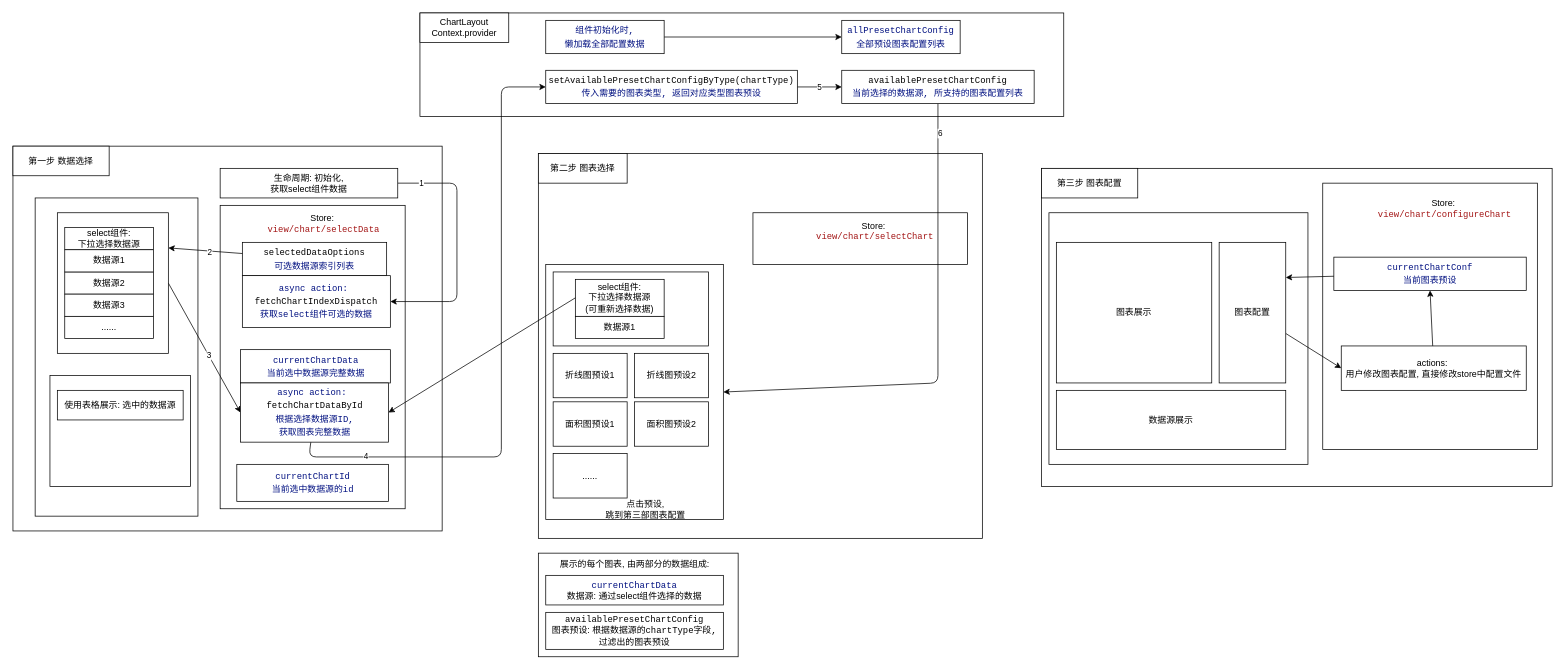
Before: doc/图表配置模块逻辑.drawio in tsja2001/react-dashboard, a draw.io diagram. Source tidied: cells renumbered, new cells numbered last; positions are measured from the earlier drawing's top-left corner, leaving out a move shared by most shapes. Both pictures are drawn from the tidied source at 74%, with x=0, y=0 at pixel (13, 13).
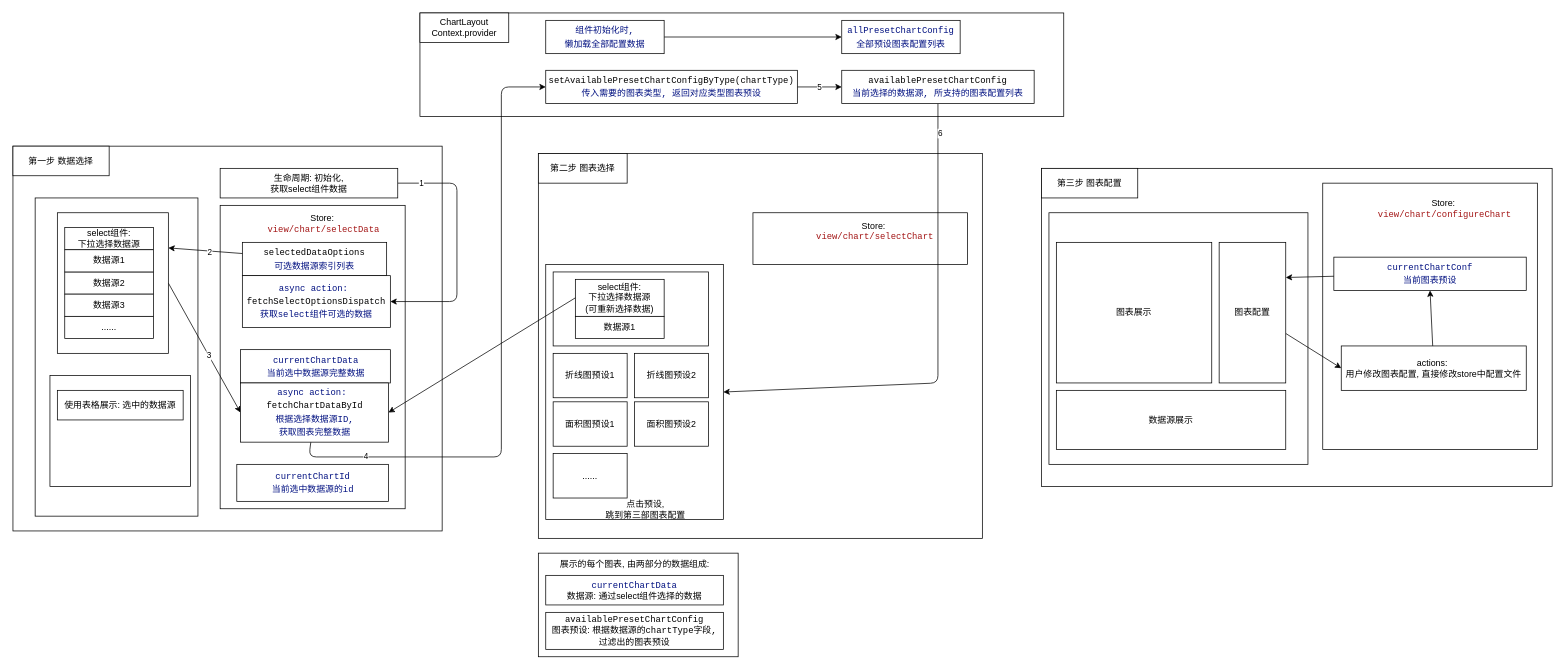
Above is the later version.

Commit message (it also covers changes not shown here):
feat: 完成图表配置的数据选择-图表选择全部逻辑

The edit, as a diff of the source:
```diff
@@
-    <mxCell id="55" value="&lt;div style=&quot;background-color: rgb(255, 255, 255); font-family: &amp;quot;Input Mono&amp;quot;, &amp;quot;Fira Code&amp;quot;, monospace, Menlo, Monaco, &amp;quot;Courier New&amp;quot;, monospace; line-height: 18px;&quot;&gt;&lt;div style=&quot;line-height: 18px;&quot;&gt;&lt;div style=&quot;line-height: 18px;&quot;&gt;&lt;font color=&quot;#001080&quot;&gt;async action:&amp;nbsp;&lt;/font&gt;&lt;/div&gt;&lt;div style=&quot;line-height: 18px;&quot;&gt;&lt;span style=&quot;&quot;&gt;fetchChartIndexDispatch&lt;/span&gt;&lt;/div&gt;&lt;/div&gt;&lt;/div&gt;&lt;div style=&quot;background-color: rgb(255, 255, 255); font-family: &amp;quot;Input Mono&amp;quot;, &amp;quot;Fira Code&amp;quot;, monospace, Menlo, Monaco, &amp;quot;Courier New&amp;quot;, monospace; line-height: 18px;&quot;&gt;&lt;font color=&quot;#001080&quot;&gt;获取select组件可选的数据&lt;/font&gt;&lt;/div&gt;" style="rounded=0;whiteSpace=wrap;html=1;" parent="1" vertex="1">
+    <mxCell id="55" value="&lt;div style=&quot;background-color: rgb(255, 255, 255); font-family: &amp;quot;Input Mono&amp;quot;, &amp;quot;Fira Code&amp;quot;, monospace, Menlo, Monaco, &amp;quot;Courier New&amp;quot;, monospace; line-height: 18px;&quot;&gt;&lt;div style=&quot;line-height: 18px;&quot;&gt;&lt;div style=&quot;line-height: 18px;&quot;&gt;&lt;font color=&quot;#001080&quot;&gt;async action:&amp;nbsp;&lt;/font&gt;&lt;/div&gt;&lt;div style=&quot;line-height: 18px;&quot;&gt;&lt;span style=&quot;&quot;&gt;fetchSelectOptionsDispatch&lt;/span&gt;&lt;/div&gt;&lt;/div&gt;&lt;/div&gt;&lt;div style=&quot;background-color: rgb(255, 255, 255); font-family: &amp;quot;Input Mono&amp;quot;, &amp;quot;Fira Code&amp;quot;, monospace, Menlo, Monaco, &amp;quot;Courier New&amp;quot;, monospace; line-height: 18px;&quot;&gt;&lt;font color=&quot;#001080&quot;&gt;获取select组件可选的数据&lt;/font&gt;&lt;/div&gt;" style="rounded=0;whiteSpace=wrap;html=1;" parent="1" vertex="1">
       <mxGeometry x="310" y="355" width="200" height="70" as="geometry" />
     </mxCell>
```
